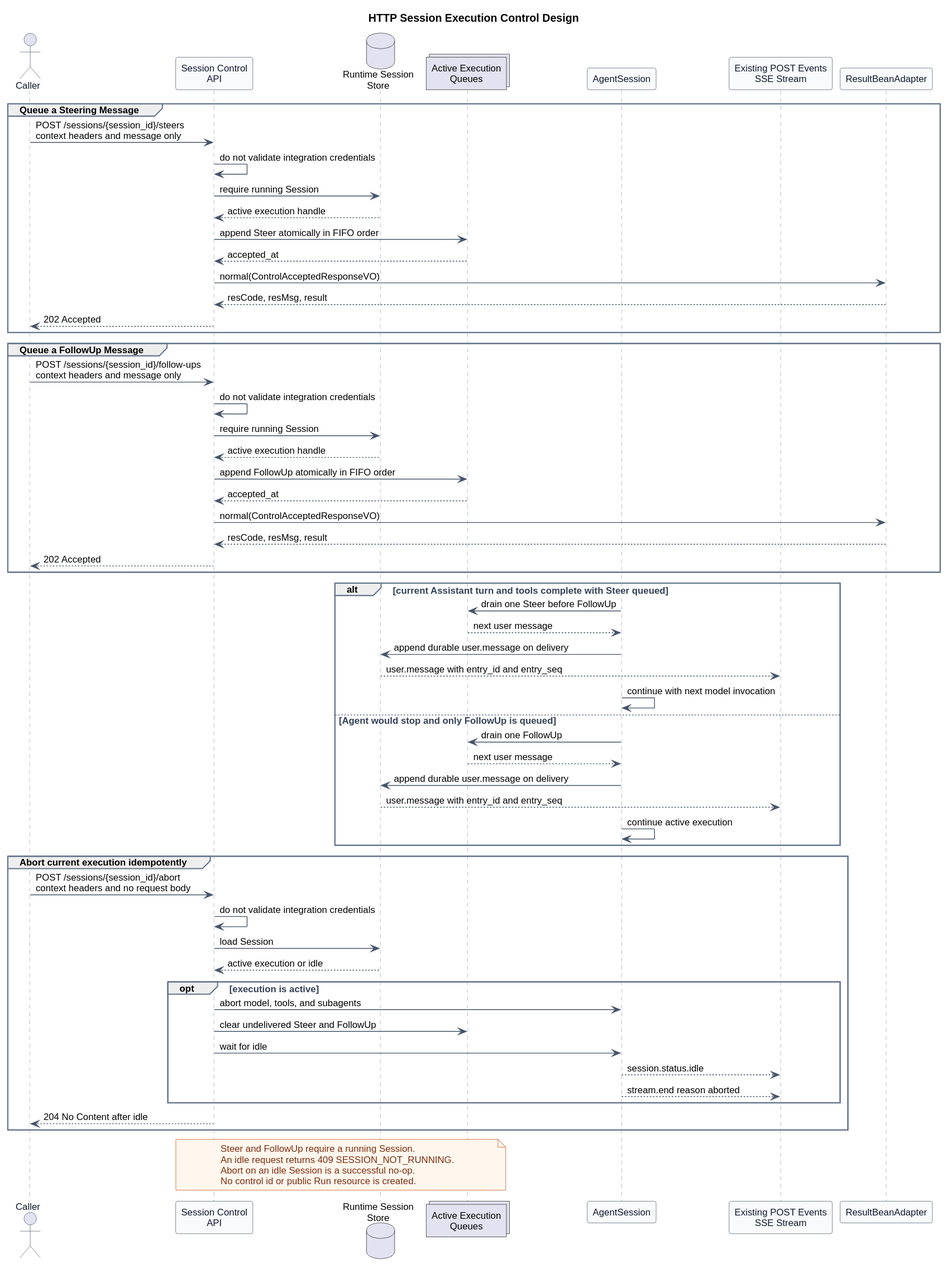
This is pi-mono-java-manager-driven-multi-agent-runtime/diagrams/execution-control/http_session_execution_controls.svg from ssm0808/pi-mono-java-design, a PlantUML export, as it was before one commit.
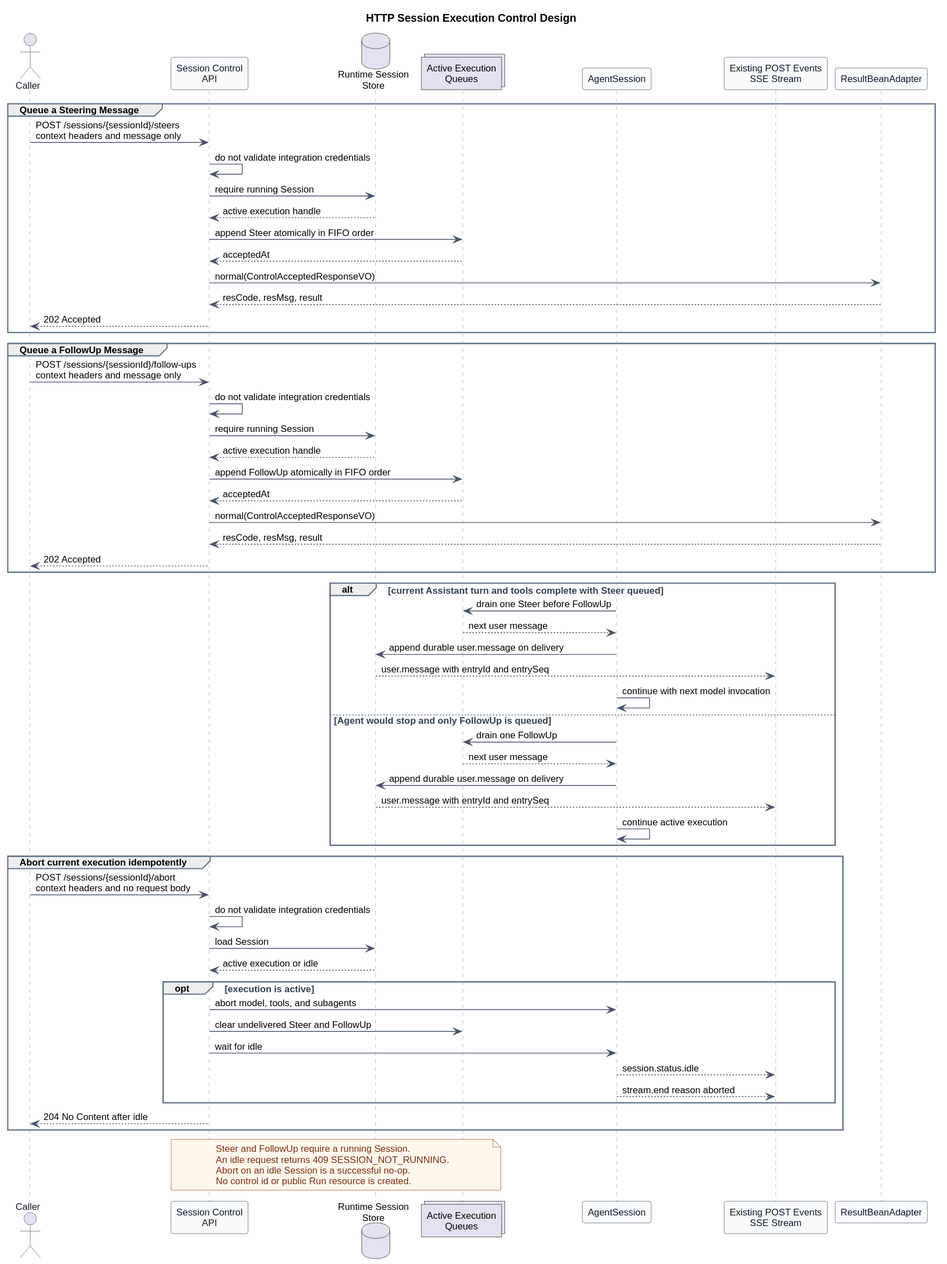
After the commit.

Diff of the diagram source:
```diff
@@ -33,24 +33,24 @@
 participant ResultBeanAdapter
 
 group Queue a Steering Message
-  Caller -> API : POST /sessions/{session_id}/steers\ncontext headers and message only
+  Caller -> API : POST /sessions/{sessionId}/steers\ncontext headers and message only
   API -> API : do not validate integration credentials
   API -> Store : require running Session
   Store --> API : active execution handle
   API -> Queue : append Steer atomically in FIFO order
-  Queue --> API : accepted_at
+  Queue --> API : acceptedAt
   API -> ResultBeanAdapter : normal(ControlAcceptedResponseVO)
   ResultBeanAdapter --> API : resCode, resMsg, result
   API --> Caller : 202 Accepted
 end
 
 group Queue a FollowUp Message
-  Caller -> API : POST /sessions/{session_id}/follow-ups\ncontext headers and message only
+  Caller -> API : POST /sessions/{sessionId}/follow-ups\ncontext headers and message only
   API -> API : do not validate integration credentials
   API -> Store : require running Session
   Store --> API : active execution handle
   API -> Queue : append FollowUp atomically in FIFO order
-  Queue --> API : accepted_at
+  Queue --> API : acceptedAt
   API -> ResultBeanAdapter : normal(ControlAcceptedResponseVO)
   ResultBeanAdapter --> API : resCode, resMsg, result
   API --> Caller : 202 Accepted
@@ -60,18 +60,18 @@
   Session -> Queue : drain one Steer before FollowUp
   Queue --> Session : next user message
   Session -> Store : append durable user.message on delivery
-  Store --> SSE : user.message with entry_id and entry_seq
+  Store --> SSE : user.message with entryId and entrySeq
   Session -> Session : continue with next model invocation
 else Agent would stop and only FollowUp is queued
   Session -> Queue : drain one FollowUp
   Queue --> Session : next user message
   Session -> Store : append durable user.message on delivery
-  Store --> SSE : user.message with entry_id and entry_seq
+  Store --> SSE : user.message with entryId and entrySeq
   Session -> Session : continue active execution
 end
 
 group Abort current execution idempotently
-  Caller -> API : POST /sessions/{session_id}/abort\ncontext headers and no request body
+  Caller -> API : POST /sessions/{sessionId}/abort\ncontext headers and no request body
   API -> API : do not validate integration credentials
   API -> Store : load Session
   Store --> API : active execution or idle
```
